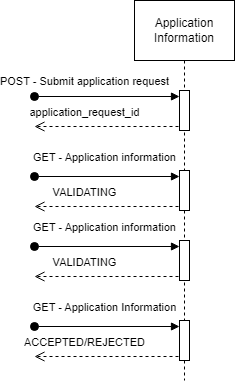
Before: app/assets/images/ApplicationInformation_interaction_diagram.png, a diagram exported from draw.io (LandRegistry/create-web-services-using-hmlr-apis). Source tidied: cells renumbered, new cells last; positions are measured from the earlier drawing's top-left corner, leaving out a move shared by most shapes. Source of this version:
```xml
<mxGraphModel>
  <root>
    <mxCell id="0" />
    <mxCell id="1" parent="0" />
    <mxCell id="2" value="Application Information" style="shape=umlLifeline;perimeter=lifelinePerimeter;whiteSpace=wrap;html=1;newEdgeStyle={&quot;edgeStyle&quot;:&quot;elbowEdgeStyle&quot;,&quot;elbow&quot;:&quot;vertical&quot;,&quot;curved&quot;:0,&quot;rounded&quot;:0};size=60;" parent="1" vertex="1">
      <mxGeometry x="100" width="100" height="380" as="geometry" />
    </mxCell>
    <mxCell id="3" style="html=1;perimeter=orthogonalPerimeter;targetShapes=umlLifeline;newEdgeStyle={&quot;edgeStyle&quot;:&quot;elbowEdgeStyle&quot;,&quot;elbow&quot;:&quot;vertical&quot;,&quot;curved&quot;:0,&quot;rounded&quot;:0};" parent="2" vertex="1">
      <mxGeometry x="45" y="170" width="10" height="40" as="geometry" />
    </mxCell>
    <mxCell id="4" value="GET - Application information" style="html=1;verticalAlign=bottom;startArrow=oval;endArrow=block;startSize=8;edgeStyle=elbowEdgeStyle;elbow=vertical;curved=0;rounded=0;" parent="2" edge="1">
      <mxGeometry x="-0.03" y="10" relative="1" as="geometry">
        <mxPoint x="-100" y="176" as="sourcePoint" />
        <mxPoint x="45" y="176" as="targetPoint" />
      </mxGeometry>
    </mxCell>
    <mxCell id="5" value="VALIDATING" style="html=1;verticalAlign=bottom;endArrow=open;dashed=1;endSize=8;edgeStyle=elbowEdgeStyle;elbow=vertical;curved=0;rounded=0;" parent="2" edge="1">
      <mxGeometry x="0.31" y="-5" relative="1" as="geometry">
        <mxPoint x="44" y="206" as="sourcePoint" />
        <mxPoint x="-100" y="206" as="targetPoint" />
        <Array as="points">
          <mxPoint x="-31" y="206" />
        </Array>
      </mxGeometry>
    </mxCell>
    <mxCell id="6" style="html=1;perimeter=orthogonalPerimeter;targetShapes=umlLifeline;newEdgeStyle={&quot;edgeStyle&quot;:&quot;elbowEdgeStyle&quot;,&quot;elbow&quot;:&quot;vertical&quot;,&quot;curved&quot;:0,&quot;rounded&quot;:0};" parent="2" vertex="1">
      <mxGeometry x="45" y="90" width="10" height="40" as="geometry" />
    </mxCell>
    <mxCell id="7" value="POST - Submit application request" style="html=1;verticalAlign=bottom;startArrow=oval;endArrow=block;startSize=8;edgeStyle=elbowEdgeStyle;elbow=vertical;curved=0;rounded=0;" parent="2" edge="1">
      <mxGeometry x="-0.31" y="6" relative="1" as="geometry">
        <mxPoint x="-100" y="96" as="sourcePoint" />
        <mxPoint x="45" y="96" as="targetPoint" />
      </mxGeometry>
    </mxCell>
    <mxCell id="8" value="application_request_id" style="html=1;verticalAlign=bottom;endArrow=open;dashed=1;endSize=8;edgeStyle=elbowEdgeStyle;elbow=vertical;curved=0;rounded=0;" parent="2" edge="1">
      <mxGeometry x="0.31" y="-5" relative="1" as="geometry">
        <mxPoint x="44" y="126" as="sourcePoint" />
        <mxPoint x="-100" y="126" as="targetPoint" />
        <Array as="points">
          <mxPoint x="-31" y="126" />
        </Array>
      </mxGeometry>
    </mxCell>
    <mxCell id="9" style="html=1;perimeter=orthogonalPerimeter;targetShapes=umlLifeline;newEdgeStyle={&quot;edgeStyle&quot;:&quot;elbowEdgeStyle&quot;,&quot;elbow&quot;:&quot;vertical&quot;,&quot;curved&quot;:0,&quot;rounded&quot;:0};" parent="2" vertex="1">
      <mxGeometry x="45" y="240" width="10" height="40" as="geometry" />
    </mxCell>
    <mxCell id="10" value="GET - Application information" style="html=1;verticalAlign=bottom;startArrow=oval;endArrow=block;startSize=8;edgeStyle=elbowEdgeStyle;elbow=vertical;curved=0;rounded=0;" parent="2" edge="1">
      <mxGeometry x="-0.03" y="10" relative="1" as="geometry">
        <mxPoint x="-100" y="246" as="sourcePoint" />
        <mxPoint x="45" y="246" as="targetPoint" />
      </mxGeometry>
    </mxCell>
    <mxCell id="11" value="VALIDATING" style="html=1;verticalAlign=bottom;endArrow=open;dashed=1;endSize=8;edgeStyle=elbowEdgeStyle;elbow=vertical;curved=0;rounded=0;" parent="2" edge="1">
      <mxGeometry x="0.31" y="-5" relative="1" as="geometry">
        <mxPoint x="44" y="276" as="sourcePoint" />
        <mxPoint x="-100" y="276" as="targetPoint" />
        <Array as="points">
          <mxPoint x="-31" y="276" />
        </Array>
      </mxGeometry>
    </mxCell>
    <mxCell id="12" style="html=1;perimeter=orthogonalPerimeter;targetShapes=umlLifeline;newEdgeStyle={&quot;edgeStyle&quot;:&quot;elbowEdgeStyle&quot;,&quot;elbow&quot;:&quot;vertical&quot;,&quot;curved&quot;:0,&quot;rounded&quot;:0};" parent="2" vertex="1">
      <mxGeometry x="45" y="320" width="10" height="40" as="geometry" />
    </mxCell>
    <mxCell id="13" value="GET - Application Information" style="html=1;verticalAlign=bottom;startArrow=oval;endArrow=block;startSize=8;edgeStyle=elbowEdgeStyle;elbow=vertical;curved=0;rounded=0;" parent="2" edge="1">
      <mxGeometry x="-0.03" y="10" relative="1" as="geometry">
        <mxPoint x="-100" y="326" as="sourcePoint" />
        <mxPoint x="45" y="326" as="targetPoint" />
      </mxGeometry>
    </mxCell>
    <mxCell id="14" value="ACCEPTED/REJECTED" style="html=1;verticalAlign=bottom;endArrow=open;dashed=1;endSize=8;edgeStyle=elbowEdgeStyle;elbow=vertical;curved=0;rounded=0;" parent="2" edge="1">
      <mxGeometry x="0.31" y="-5" relative="1" as="geometry">
        <mxPoint x="44" y="356" as="sourcePoint" />
        <mxPoint x="-100" y="356" as="targetPoint" />
        <Array as="points">
          <mxPoint x="-31" y="356" />
        </Array>
      </mxGeometry>
    </mxCell>
  </root>
</mxGraphModel>
```
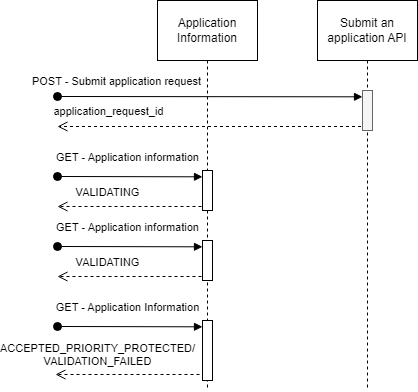
Later version of the same file.

Commit message:
APi updates reflected in content (submit an application)

Change to the diagram source:
```diff
@@ -3,7 +3,7 @@
     <mxCell id="0" />
     <mxCell id="1" parent="0" />
     <mxCell id="2" value="Application Information" style="shape=umlLifeline;perimeter=lifelinePerimeter;whiteSpace=wrap;html=1;newEdgeStyle={&quot;edgeStyle&quot;:&quot;elbowEdgeStyle&quot;,&quot;elbow&quot;:&quot;vertical&quot;,&quot;curved&quot;:0,&quot;rounded&quot;:0};size=60;" parent="1" vertex="1">
-      <mxGeometry x="100" width="100" height="380" as="geometry" />
+      <mxGeometry x="100" width="100" height="390" as="geometry" />
     </mxCell>
     <mxCell id="3" style="html=1;perimeter=orthogonalPerimeter;targetShapes=umlLifeline;newEdgeStyle={&quot;edgeStyle&quot;:&quot;elbowEdgeStyle&quot;,&quot;elbow&quot;:&quot;vertical&quot;,&quot;curved&quot;:0,&quot;rounded&quot;:0};" parent="2" vertex="1">
       <mxGeometry x="45" y="170" width="10" height="40" as="geometry" />
@@ -23,22 +23,18 @@
         </Array>
       </mxGeometry>
     </mxCell>
-    <mxCell id="6" style="html=1;perimeter=orthogonalPerimeter;targetShapes=umlLifeline;newEdgeStyle={&quot;edgeStyle&quot;:&quot;elbowEdgeStyle&quot;,&quot;elbow&quot;:&quot;vertical&quot;,&quot;curved&quot;:0,&quot;rounded&quot;:0};" parent="2" vertex="1">
-      <mxGeometry x="45" y="90" width="10" height="40" as="geometry" />
-    </mxCell>
-    <mxCell id="7" value="POST - Submit application request" style="html=1;verticalAlign=bottom;startArrow=oval;endArrow=block;startSize=8;edgeStyle=elbowEdgeStyle;elbow=vertical;curved=0;rounded=0;" parent="2" edge="1">
-      <mxGeometry x="-0.31" y="6" relative="1" as="geometry">
+    <mxCell id="7" value="POST - Submit application request" style="html=1;verticalAlign=bottom;startArrow=oval;endArrow=block;startSize=8;edgeStyle=elbowEdgeStyle;elbow=vertical;curved=0;rounded=0;" parent="2" edge="1" target="16">
+      <mxGeometry x="-0.61" y="6" relative="1" as="geometry">
         <mxPoint x="-100" y="96" as="sourcePoint" />
-        <mxPoint x="45" y="96" as="targetPoint" />
       </mxGeometry>
     </mxCell>
-    <mxCell id="8" value="application_request_id" style="html=1;verticalAlign=bottom;endArrow=open;dashed=1;endSize=8;edgeStyle=elbowEdgeStyle;elbow=vertical;curved=0;rounded=0;" parent="2" edge="1">
-      <mxGeometry x="0.31" y="-5" relative="1" as="geometry">
-        <mxPoint x="44" y="126" as="sourcePoint" />
+    <mxCell id="8" value="application_request_id" style="html=1;verticalAlign=bottom;endArrow=open;dashed=1;endSize=8;edgeStyle=elbowEdgeStyle;elbow=vertical;curved=0;rounded=0;" parent="2" edge="1" source="15">
+      <mxGeometry x="0.68" y="-6" relative="1" as="geometry">
         <mxPoint x="-100" y="126" as="targetPoint" />
         <Array as="points">
           <mxPoint x="-31" y="126" />
         </Array>
+        <mxPoint x="1" as="offset" />
       </mxGeometry>
     </mxCell>
     <mxCell id="9" style="html=1;perimeter=orthogonalPerimeter;targetShapes=umlLifeline;newEdgeStyle={&quot;edgeStyle&quot;:&quot;elbowEdgeStyle&quot;,&quot;elbow&quot;:&quot;vertical&quot;,&quot;curved&quot;:0,&quot;rounded&quot;:0};" parent="2" vertex="1">
@@ -60,7 +56,7 @@
       </mxGeometry>
     </mxCell>
     <mxCell id="12" style="html=1;perimeter=orthogonalPerimeter;targetShapes=umlLifeline;newEdgeStyle={&quot;edgeStyle&quot;:&quot;elbowEdgeStyle&quot;,&quot;elbow&quot;:&quot;vertical&quot;,&quot;curved&quot;:0,&quot;rounded&quot;:0};" parent="2" vertex="1">
-      <mxGeometry x="45" y="320" width="10" height="40" as="geometry" />
+      <mxGeometry x="45" y="320" width="10" height="60" as="geometry" />
     </mxCell>
     <mxCell id="13" value="GET - Application Information" style="html=1;verticalAlign=bottom;startArrow=oval;endArrow=block;startSize=8;edgeStyle=elbowEdgeStyle;elbow=vertical;curved=0;rounded=0;" parent="2" edge="1">
       <mxGeometry x="-0.03" y="10" relative="1" as="geometry">
@@ -68,14 +64,20 @@
         <mxPoint x="45" y="326" as="targetPoint" />
       </mxGeometry>
     </mxCell>
-    <mxCell id="14" value="ACCEPTED/REJECTED" style="html=1;verticalAlign=bottom;endArrow=open;dashed=1;endSize=8;edgeStyle=elbowEdgeStyle;elbow=vertical;curved=0;rounded=0;" parent="2" edge="1">
-      <mxGeometry x="0.31" y="-5" relative="1" as="geometry">
-        <mxPoint x="44" y="356" as="sourcePoint" />
-        <mxPoint x="-100" y="356" as="targetPoint" />
+    <mxCell id="14" value="ACCEPTED_PRIORITY_PROTECTED/&lt;br&gt;VALIDATION_FAILED" style="html=1;verticalAlign=bottom;endArrow=open;dashed=1;endSize=8;edgeStyle=elbowEdgeStyle;elbow=vertical;curved=0;rounded=0;" parent="1" edge="1">
+      <mxGeometry x="0.42" y="-4" relative="1" as="geometry">
+        <mxPoint x="142" y="374" as="sourcePoint" />
+        <mxPoint x="-2" y="374" as="targetPoint" />
         <Array as="points">
-          <mxPoint x="-31" y="356" />
+          <mxPoint x="67" y="374" />
         </Array>
       </mxGeometry>
     </mxCell>
+    <mxCell id="15" value="Submit an application API" style="shape=umlLifeline;perimeter=lifelinePerimeter;whiteSpace=wrap;html=1;outlineConnect=0;portConstraint=eastwest;newEdgeStyle={&quot;edgeStyle&quot;:&quot;elbowEdgeStyle&quot;,&quot;elbow&quot;:&quot;vertical&quot;,&quot;curved&quot;:0,&quot;rounded&quot;:0};size=60;" parent="1" vertex="1">
+      <mxGeometry x="260" width="100" height="390" as="geometry" />
+    </mxCell>
+    <mxCell id="16" style="html=1;points=[];perimeter=orthogonalPerimeter;outlineConnect=0;targetShapes=umlLifeline;portConstraint=eastwest;newEdgeStyle={&quot;edgeStyle&quot;:&quot;elbowEdgeStyle&quot;,&quot;elbow&quot;:&quot;vertical&quot;,&quot;curved&quot;:0,&quot;rounded&quot;:0};fillColor=#f5f5f5;fontColor=#333333;strokeColor=#666666;" parent="15" vertex="1">
+      <mxGeometry x="45" y="90" width="10" height="40" as="geometry" />
+    </mxCell>
   </root>
 </mxGraphModel>
```
